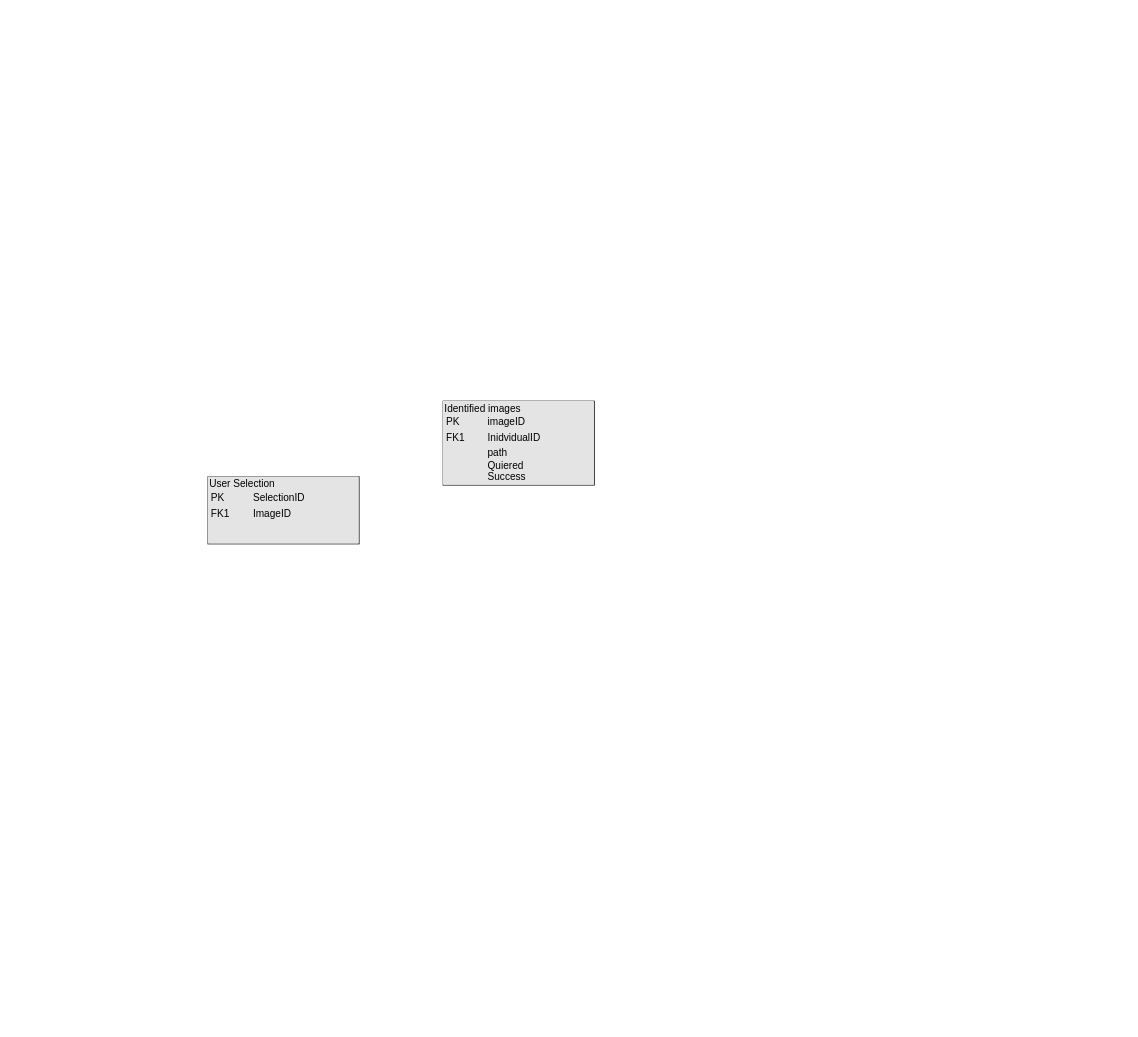
The draw.io diagram Docs/ERD_BIG_DATA.drawio in EmmanuelSWE/Big_data_project-, before the edit. Source tidied: cells renumbered, new cells numbered last; positions are measured from the earlier drawing's top-left corner, leaving out a move shared by most shapes. Both pictures are drawn from the tidied source at 84%, with x=0, y=0 at pixel (207, 401).
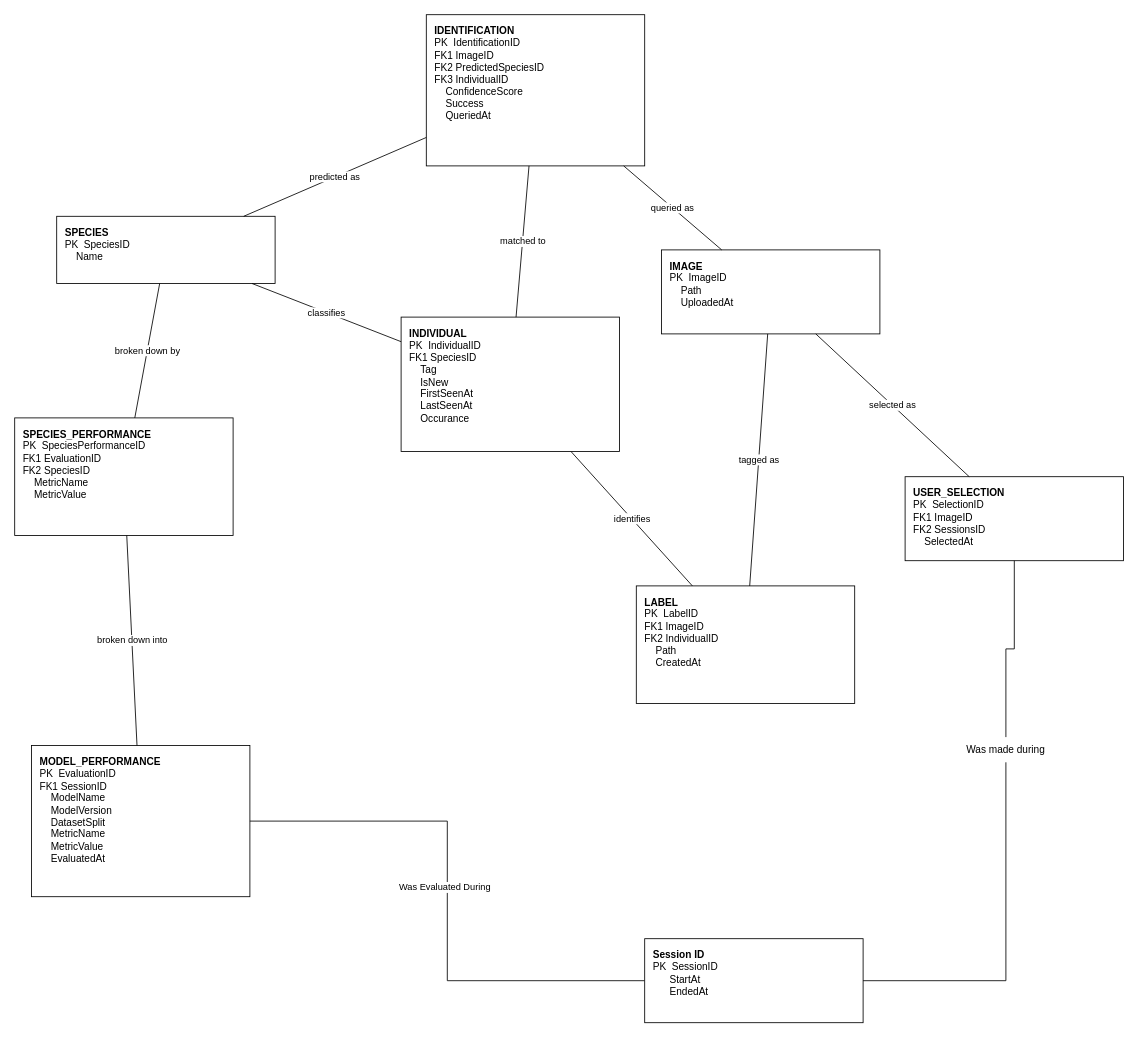
The same page after the edit.

Change to the diagram source:
```diff
@@
-    <mxCell id="2" value="&lt;div style=&quot;box-sizing: border-box; width: 100%; background: rgb(228, 228, 228); padding: 2px;&quot;&gt;Identified images&lt;table cellpadding=&quot;2&quot; cellspacing=&quot;0&quot; style=&quot;background-color: transparent; color: light-dark(rgb(0, 0, 0), rgb(255, 255, 255)); font-size: 1em; width: 100%;&quot;&gt;&lt;tbody&gt;&lt;tr&gt;&lt;td&gt;PK&lt;/td&gt;&lt;td&gt;imageID&lt;/td&gt;&lt;/tr&gt;&lt;tr&gt;&lt;td&gt;FK1&lt;/td&gt;&lt;td&gt;InidvidualID&lt;/td&gt;&lt;/tr&gt;&lt;tr&gt;&lt;td&gt;&lt;/td&gt;&lt;td&gt;path&lt;br&gt;Quiered&lt;br&gt;Success&lt;br&gt;&lt;br&gt;&lt;/td&gt;&lt;/tr&gt;&lt;/tbody&gt;&lt;/table&gt;&lt;/div&gt;" style="verticalAlign=top;align=left;overflow=fill;html=1;whiteSpace=wrap;" parent="1" vertex="1">
-      <mxGeometry x="280" width="180" height="100" as="geometry" />
-    </mxCell>
-    <mxCell id="3" value="&lt;div style=&quot;box-sizing: border-box; width: 100%; background: rgb(228, 228, 228); padding: 2px;&quot;&gt;User Selection&lt;br&gt;&lt;table cellpadding=&quot;2&quot; cellspacing=&quot;0&quot; style=&quot;background-color: transparent; color: light-dark(rgb(0, 0, 0), rgb(255, 255, 255)); font-size: 1em; width: 100%;&quot;&gt;&lt;tbody&gt;&lt;tr&gt;&lt;td&gt;PK&lt;/td&gt;&lt;td&gt;SelectionID&lt;/td&gt;&lt;/tr&gt;&lt;tr&gt;&lt;td&gt;FK1&lt;/td&gt;&lt;td&gt;ImageID&lt;/td&gt;&lt;/tr&gt;&lt;tr&gt;&lt;td&gt;&lt;/td&gt;&lt;td&gt;&lt;br&gt;&lt;br&gt;&lt;br&gt;&lt;br&gt;&lt;/td&gt;&lt;/tr&gt;&lt;/tbody&gt;&lt;/table&gt;&lt;/div&gt;" style="verticalAlign=top;align=left;overflow=fill;html=1;whiteSpace=wrap;" parent="1" vertex="1">
-      <mxGeometry y="90" width="180" height="80" as="geometry" />
-    </mxCell>
+    <mxCell id="4" value="&lt;b&gt;SPECIES&lt;/b&gt;&lt;br&gt;PK&amp;nbsp;&amp;nbsp;SpeciesID&lt;br&gt;&amp;nbsp;&amp;nbsp;&amp;nbsp;&amp;nbsp;Name" style="rounded=0;whiteSpace=wrap;html=1;align=left;verticalAlign=top;spacingLeft=8;spacingTop=6;fontSize=12;" parent="1" vertex="1">
+      <mxGeometry x="-180" y="-220" width="260" height="80" as="geometry" />
+    </mxCell>
+    <mxCell id="5" value="&lt;b&gt;INDIVIDUAL&lt;/b&gt;&lt;br&gt;PK&amp;nbsp;&amp;nbsp;IndividualID&lt;br&gt;FK1&amp;nbsp;SpeciesID&lt;br&gt;&amp;nbsp;&amp;nbsp;&amp;nbsp;&amp;nbsp;Tag&lt;br&gt;&amp;nbsp;&amp;nbsp;&amp;nbsp;&amp;nbsp;IsNew&lt;br&gt;&amp;nbsp;&amp;nbsp;&amp;nbsp;&amp;nbsp;FirstSeenAt&lt;br&gt;&amp;nbsp;&amp;nbsp;&amp;nbsp;&amp;nbsp;LastSeenAt&lt;br&gt;&amp;nbsp; &amp;nbsp; Occurance" style="rounded=0;whiteSpace=wrap;html=1;align=left;verticalAlign=top;spacingLeft=8;spacingTop=6;fontSize=12;" parent="1" vertex="1">
+      <mxGeometry x="230" y="-100" width="260" height="160" as="geometry" />
+    </mxCell>
+    <mxCell id="6" value="&lt;b&gt;IMAGE&lt;/b&gt;&lt;br&gt;PK&amp;nbsp;&amp;nbsp;ImageID&lt;br&gt;&amp;nbsp;&amp;nbsp;&amp;nbsp;&amp;nbsp;Path&lt;br&gt;&amp;nbsp;&amp;nbsp;&amp;nbsp;&amp;nbsp;UploadedAt" style="rounded=0;whiteSpace=wrap;html=1;align=left;verticalAlign=top;spacingLeft=8;spacingTop=6;fontSize=12;" parent="1" vertex="1">
+      <mxGeometry x="540" y="-180" width="260" height="100" as="geometry" />
+    </mxCell>
+    <mxCell id="7" value="&lt;b&gt;USER_SELECTION&lt;/b&gt;&lt;br&gt;PK&amp;nbsp;&amp;nbsp;SelectionID&lt;br&gt;FK1&amp;nbsp;ImageID&lt;div&gt;FK2 SessionsID&lt;br&gt;&amp;nbsp;&amp;nbsp;&amp;nbsp;&amp;nbsp;SelectedAt&lt;/div&gt;" style="rounded=0;whiteSpace=wrap;html=1;align=left;verticalAlign=top;spacingLeft=8;spacingTop=6;fontSize=12;" parent="1" vertex="1">
+      <mxGeometry x="830" y="90" width="260" height="100" as="geometry" />
+    </mxCell>
+    <mxCell id="8" value="&lt;b&gt;IDENTIFICATION&lt;/b&gt;&lt;br&gt;PK&amp;nbsp;&amp;nbsp;IdentificationID&lt;br&gt;FK1&amp;nbsp;ImageID&lt;br&gt;FK2&amp;nbsp;PredictedSpeciesID&lt;br&gt;FK3&amp;nbsp;IndividualID&lt;br&gt;&amp;nbsp;&amp;nbsp;&amp;nbsp;&amp;nbsp;ConfidenceScore&lt;br&gt;&amp;nbsp;&amp;nbsp;&amp;nbsp;&amp;nbsp;Success&lt;br&gt;&amp;nbsp;&amp;nbsp;&amp;nbsp;&amp;nbsp;QueriedAt" style="rounded=0;whiteSpace=wrap;html=1;align=left;verticalAlign=top;spacingLeft=8;spacingTop=6;fontSize=12;" parent="1" vertex="1">
+      <mxGeometry x="260" y="-460" width="260" height="180" as="geometry" />
+    </mxCell>
+    <mxCell id="9" value="&lt;b&gt;LABEL&lt;/b&gt;&lt;br&gt;PK&amp;nbsp;&amp;nbsp;LabelID&lt;br&gt;FK1&amp;nbsp;ImageID&lt;br&gt;FK2&amp;nbsp;IndividualID&lt;br&gt;&amp;nbsp;&amp;nbsp;&amp;nbsp;&amp;nbsp;Path&lt;br&gt;&amp;nbsp;&amp;nbsp;&amp;nbsp;&amp;nbsp;CreatedAt" style="rounded=0;whiteSpace=wrap;html=1;align=left;verticalAlign=top;spacingLeft=8;spacingTop=6;fontSize=12;" parent="1" vertex="1">
+      <mxGeometry x="510" y="220" width="260" height="140" as="geometry" />
+    </mxCell>
+    <mxCell id="10" value="&lt;b&gt;MODEL_PERFORMANCE&lt;/b&gt;&lt;br&gt;PK&amp;nbsp;&amp;nbsp;EvaluationID&lt;div&gt;FK1 SessionID&lt;br&gt;&amp;nbsp;&amp;nbsp;&amp;nbsp;&amp;nbsp;ModelName&lt;br&gt;&amp;nbsp;&amp;nbsp;&amp;nbsp;&amp;nbsp;ModelVersion&lt;br&gt;&amp;nbsp;&amp;nbsp;&amp;nbsp;&amp;nbsp;DatasetSplit&lt;br&gt;&amp;nbsp;&amp;nbsp;&amp;nbsp;&amp;nbsp;MetricName&lt;br&gt;&amp;nbsp;&amp;nbsp;&amp;nbsp;&amp;nbsp;MetricValue&lt;br&gt;&amp;nbsp;&amp;nbsp;&amp;nbsp;&amp;nbsp;EvaluatedAt&lt;/div&gt;" style="rounded=0;whiteSpace=wrap;html=1;align=left;verticalAlign=top;spacingLeft=8;spacingTop=6;fontSize=12;" parent="1" vertex="1">
+      <mxGeometry x="-210" y="410" width="260" height="180" as="geometry" />
+    </mxCell>
+    <mxCell id="11" value="&lt;b&gt;SPECIES_PERFORMANCE&lt;/b&gt;&lt;br&gt;PK&amp;nbsp;&amp;nbsp;SpeciesPerformanceID&lt;br&gt;FK1&amp;nbsp;EvaluationID&lt;br&gt;FK2&amp;nbsp;SpeciesID&lt;br&gt;&amp;nbsp;&amp;nbsp;&amp;nbsp;&amp;nbsp;MetricName&lt;br&gt;&amp;nbsp;&amp;nbsp;&amp;nbsp;&amp;nbsp;MetricValue" style="rounded=0;whiteSpace=wrap;html=1;align=left;verticalAlign=top;spacingLeft=8;spacingTop=6;fontSize=12;" parent="1" vertex="1">
+      <mxGeometry x="-230" y="20" width="260" height="140" as="geometry" />
+    </mxCell>
+    <mxCell id="12" value="classifies" style="endArrow=none;html=1;rounded=0;" parent="1" edge="1" source="4" target="5">
+      <mxGeometry relative="1" as="geometry" />
+    </mxCell>
+    <mxCell id="13" value="predicted as" style="endArrow=none;html=1;rounded=0;" parent="1" edge="1" source="4" target="8">
+      <mxGeometry relative="1" as="geometry" />
+    </mxCell>
+    <mxCell id="14" value="broken down by" style="endArrow=none;html=1;rounded=0;" parent="1" edge="1" source="4" target="11">
+      <mxGeometry relative="1" as="geometry" />
+    </mxCell>
+    <mxCell id="15" value="matched to" style="endArrow=none;html=1;rounded=0;" parent="1" edge="1" source="5" target="8">
+      <mxGeometry relative="1" as="geometry" />
+    </mxCell>
+    <mxCell id="16" value="identifies" style="endArrow=none;html=1;rounded=0;" parent="1" edge="1" source="5" target="9">
+      <mxGeometry relative="1" as="geometry" />
+    </mxCell>
+    <mxCell id="17" value="selected as" style="endArrow=none;html=1;rounded=0;" parent="1" edge="1" source="6" target="7">
+      <mxGeometry relative="1" as="geometry" />
+    </mxCell>
+    <mxCell id="18" value="queried as" style="endArrow=none;html=1;rounded=0;" parent="1" edge="1" source="6" target="8">
+      <mxGeometry relative="1" as="geometry" />
+    </mxCell>
+    <mxCell id="19" value="tagged as" style="endArrow=none;html=1;rounded=0;" parent="1" edge="1" source="6" target="9">
+      <mxGeometry relative="1" as="geometry" />
+    </mxCell>
+    <mxCell id="20" value="broken down into" style="endArrow=none;html=1;rounded=0;" parent="1" edge="1" source="10" target="11">
+      <mxGeometry relative="1" as="geometry" />
+    </mxCell>
+    <mxCell id="21" style="edgeStyle=orthogonalEdgeStyle;rounded=0;jettySize=auto;html=1;entryX=0.5;entryY=1;entryDx=0;entryDy=0;endArrow=none;endFill=0;" parent="1" edge="1" source="26" target="7">
+      <mxGeometry relative="1" as="geometry" />
+    </mxCell>
+    <mxCell id="22" style="edgeStyle=orthogonalEdgeStyle;rounded=0;jettySize=auto;html=1;entryX=1;entryY=0.5;entryDx=0;entryDy=0;endArrow=none;endFill=0;" parent="1" edge="1" source="24" target="10">
+      <mxGeometry relative="1" as="geometry" />
+    </mxCell>
+    <mxCell id="23" value="Was Evaluated During" style="edgeLabel;html=1;align=center;verticalAlign=middle;" parent="22" vertex="1">
+      <mxGeometry x="0.05" y="4" relative="1" as="geometry" />
+    </mxCell>
+    <mxCell id="24" value="&lt;b&gt;Session ID&lt;/b&gt;&lt;br&gt;PK&amp;nbsp; SessionID&lt;br&gt;&lt;div&gt;&amp;nbsp; &amp;nbsp; &amp;nbsp; StartAt&amp;nbsp;&lt;/div&gt;&lt;div&gt;&amp;nbsp; &amp;nbsp; &amp;nbsp; EndedAt&lt;/div&gt;" style="rounded=0;whiteSpace=wrap;html=1;align=left;verticalAlign=top;spacingLeft=8;spacingTop=6;fontSize=12;" parent="1" vertex="1">
+      <mxGeometry x="520" y="640" width="260" height="100" as="geometry" />
+    </mxCell>
+    <mxCell id="25" style="edgeStyle=orthogonalEdgeStyle;rounded=0;jettySize=auto;html=1;entryX=0.5;entryY=1;entryDx=0;entryDy=0;endArrow=none;endFill=0;" parent="1" edge="1" source="24" target="26">
+      <mxGeometry relative="1" as="geometry" />
+    </mxCell>
+    <mxCell id="26" value="Was made during" style="text;html=1;whiteSpace=wrap;strokeColor=none;fillColor=none;align=center;verticalAlign=middle;rounded=0;" parent="1" vertex="1">
+      <mxGeometry x="870" y="400" width="160" height="30" as="geometry" />
+    </mxCell>
```
